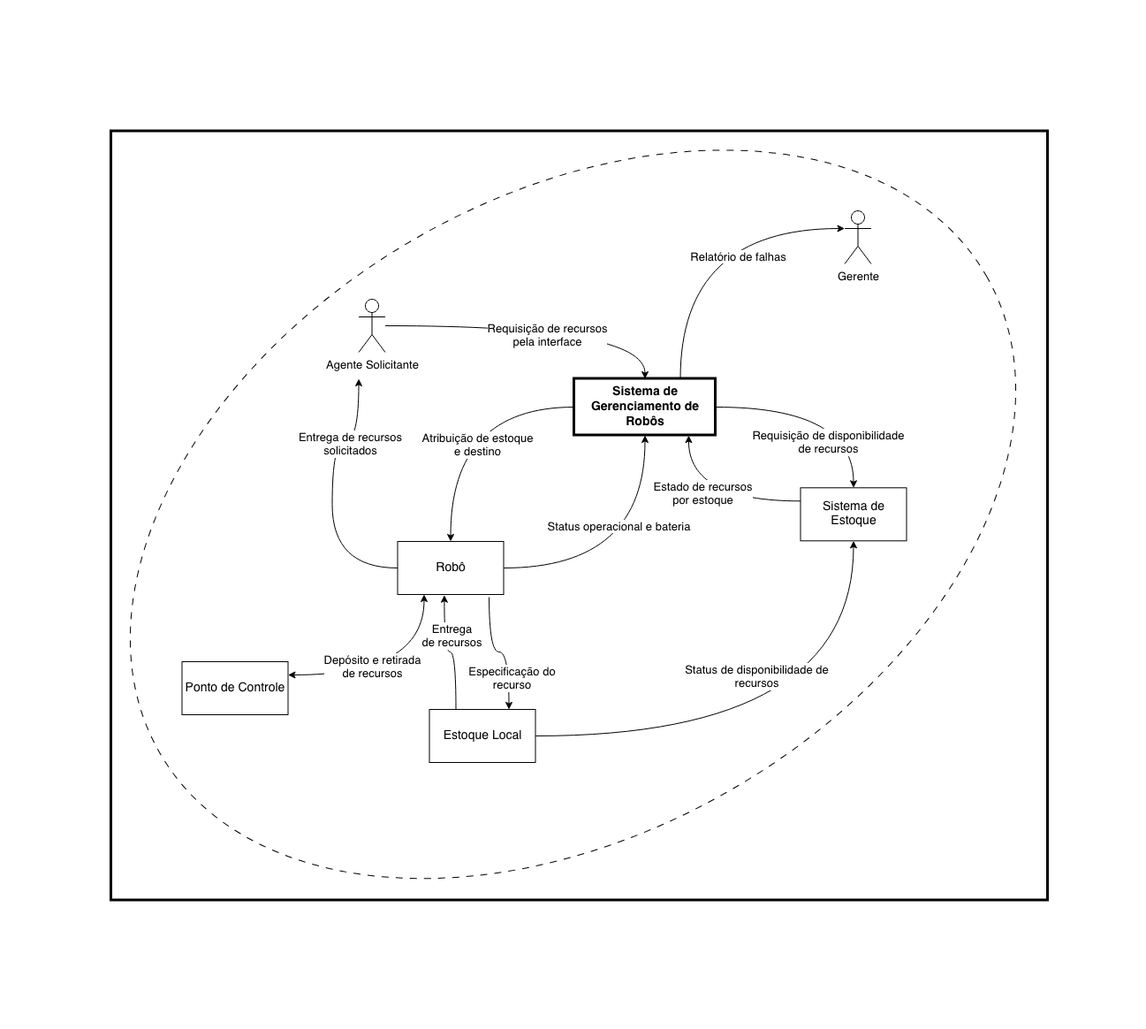
Earlier version of the draw.io export 26.1/SI/fase 1/ContextDiagram.drawio.png (GiovanniDaldegan/cic-unb). Source tidied: cells renumbered, new cells last; positions are measured from the earlier drawing's top-left corner, leaving out a move shared by most shapes.
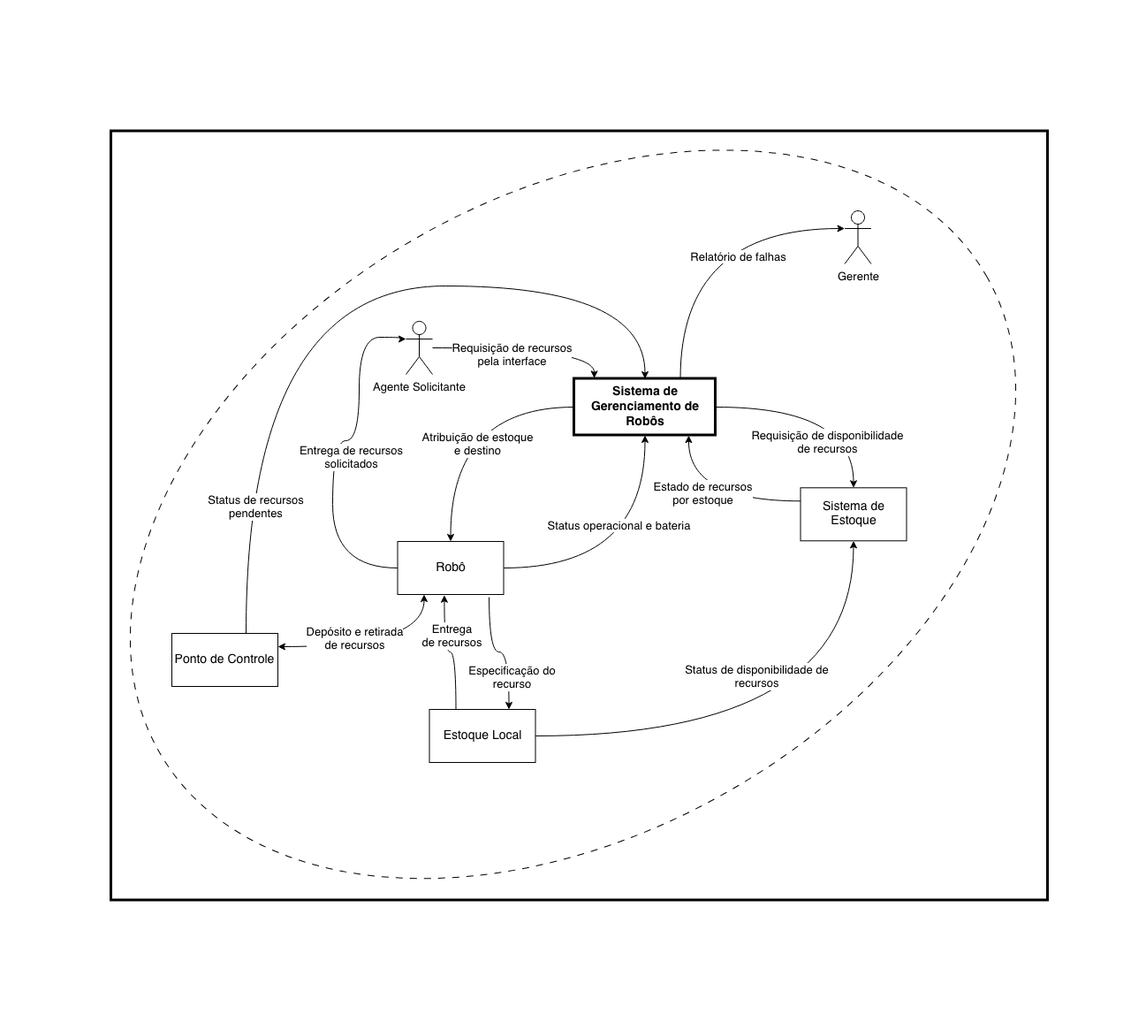
The same file after the commit.

Commit message:
SI: Trab.: fix: comunicação ponto controle-sistema

Change to the diagram source:
```diff
@@ -27,16 +27,16 @@
     <mxCell id="8" value="&lt;font style=&quot;font-size: 14px;&quot;&gt;&lt;b&gt;Sistema de Gerenciamento de Robôs&lt;/b&gt;&lt;/font&gt;" style="rounded=0;whiteSpace=wrap;html=1;strokeWidth=3;" parent="1" vertex="1">
       <mxGeometry x="541.5" y="280" width="160" height="64" as="geometry" />
     </mxCell>
-    <mxCell id="9" style="edgeStyle=orthogonalEdgeStyle;rounded=0;jettySize=auto;html=1;curved=1;" parent="1" edge="1" source="11" target="8">
+    <mxCell id="9" style="edgeStyle=orthogonalEdgeStyle;rounded=0;jettySize=auto;html=1;curved=1;entryX=0.141;entryY=-0.01;entryDx=0;entryDy=0;entryPerimeter=0;" parent="1" edge="1" source="11" target="8">
       <mxGeometry relative="1" as="geometry" />
     </mxCell>
     <mxCell id="10" value="&lt;div&gt;Requisição de recursos&lt;/div&gt;&lt;div&gt;pela interface&lt;/div&gt;" style="edgeLabel;html=1;align=center;verticalAlign=middle;fontSize=13;" parent="9" vertex="1">
       <mxGeometry x="-0.08" y="-21" relative="1" as="geometry">
-        <mxPoint x="19" y="-11" as="offset" />
+        <mxPoint x="-11" y="-14" as="offset" />
       </mxGeometry>
     </mxCell>
     <mxCell id="11" value="&lt;font style=&quot;font-size: 13px;&quot;&gt;Agente Solicitante&lt;/font&gt;" style="shape=umlActor;verticalLabelPosition=bottom;verticalAlign=top;html=1;outlineConnect=0;" parent="1" vertex="1">
-      <mxGeometry x="297.5" y="190" width="30" height="60" as="geometry" />
+      <mxGeometry x="351" y="215" width="30" height="60" as="geometry" />
     </mxCell>
     <mxCell id="12" value="&lt;font style=&quot;font-size: 14px;&quot;&gt;Sistema de Estoque&lt;/font&gt;" style="rounded=0;whiteSpace=wrap;html=1;" parent="1" vertex="1">
       <mxGeometry x="797.5" y="403.3" width="120" height="60" as="geometry" />
@@ -49,19 +49,21 @@
         <mxPoint x="-15" as="offset" />
       </mxGeometry>
     </mxCell>
-    <mxCell id="15" style="edgeStyle=orthogonalEdgeStyle;rounded=0;jettySize=auto;html=1;curved=1;" parent="1" edge="1" source="21">
+    <mxCell id="15" style="edgeStyle=orthogonalEdgeStyle;rounded=0;jettySize=auto;html=1;curved=1;entryX=0;entryY=0.3333333333333333;entryDx=0;entryDy=0;entryPerimeter=0;" parent="1" edge="1" source="21" target="11">
       <mxGeometry relative="1" as="geometry">
-        <mxPoint x="297.5" y="280" as="targetPoint" />
         <Array as="points">
-          <mxPoint x="267.5" y="494" />
-          <mxPoint x="267.5" y="350" />
-          <mxPoint x="297.5" y="350" />
+          <mxPoint x="268" y="494" />
+          <mxPoint x="268" y="350" />
+          <mxPoint x="298" y="350" />
+          <mxPoint x="298" y="233" />
+          <mxPoint x="345" y="233" />
+          <mxPoint x="345" y="235" />
         </Array>
       </mxGeometry>
     </mxCell>
     <mxCell id="16" value="&lt;div&gt;Entrega de recursos&lt;/div&gt;&lt;div&gt;solicitados&lt;/div&gt;" style="edgeLabel;html=1;align=center;verticalAlign=middle;fontSize=13;" parent="15" vertex="1">
       <mxGeometry x="0.19" y="-26" relative="1" as="geometry">
-        <mxPoint x="-6" y="-25" as="offset" />
+        <mxPoint x="-36" y="21" as="offset" />
       </mxGeometry>
     </mxCell>
     <mxCell id="17" style="edgeStyle=orthogonalEdgeStyle;rounded=0;jettySize=auto;html=1;exitX=0.25;exitY=1;exitDx=0;exitDy=0;entryX=1;entryY=0.25;entryDx=0;entryDy=0;curved=1;startArrow=classic;startFill=1;" parent="1" edge="1" source="21" target="27">
@@ -100,8 +102,19 @@
     <mxCell id="26" value="&lt;font style=&quot;font-size: 14px;&quot;&gt;Estoque Local&lt;/font&gt;" style="rounded=0;whiteSpace=wrap;html=1;" parent="1" vertex="1">
       <mxGeometry x="377.5" y="654" width="120" height="60" as="geometry" />
     </mxCell>
+    <mxCell id="33" style="edgeStyle=orthogonalEdgeStyle;rounded=0;jettySize=auto;html=1;entryX=0.5;entryY=0;entryDx=0;entryDy=0;curved=1;" parent="1" edge="1" source="27" target="8">
+      <mxGeometry relative="1" as="geometry">
+        <Array as="points">
+          <mxPoint x="170" y="175" />
+          <mxPoint x="622" y="175" />
+        </Array>
+      </mxGeometry>
+    </mxCell>
+    <mxCell id="34" value="&lt;div&gt;Status de recursos&lt;/div&gt;&lt;div&gt;pendentes&lt;/div&gt;" style="edgeLabel;html=1;align=center;verticalAlign=middle;fontSize=13;" parent="33" vertex="1">
+      <mxGeometry x="-0.7" y="-10" relative="1" as="geometry" />
+    </mxCell>
     <mxCell id="27" value="&lt;font style=&quot;font-size: 14px;&quot;&gt;Ponto de Controle&lt;/font&gt;" style="rounded=0;whiteSpace=wrap;html=1;" parent="1" vertex="1">
-      <mxGeometry x="97.5" y="600" width="120" height="60" as="geometry" />
+      <mxGeometry x="86" y="568" width="120" height="60" as="geometry" />
     </mxCell>
     <mxCell id="28" value="&lt;font style=&quot;font-size: 13px;&quot;&gt;Gerente&lt;/font&gt;" style="shape=umlActor;verticalLabelPosition=bottom;verticalAlign=top;html=1;outlineConnect=0;" parent="1" vertex="1">
       <mxGeometry x="847.5" y="90" width="30" height="60" as="geometry" />
```
